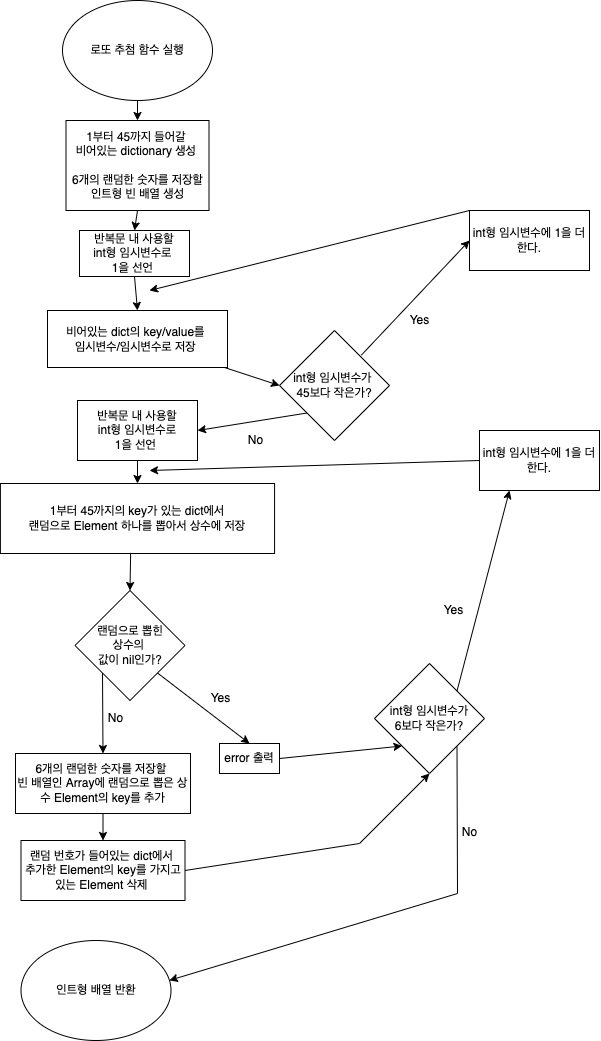
Earlier version of the draw.io export CodeStarterCamp_Week2/randomLotto.flowchart.png (yagom-academy/swift-starter-Round2). Source tidied: cells renumbered, new cells last; positions are measured from the earlier drawing's top-left corner, leaving out a move shared by most shapes.
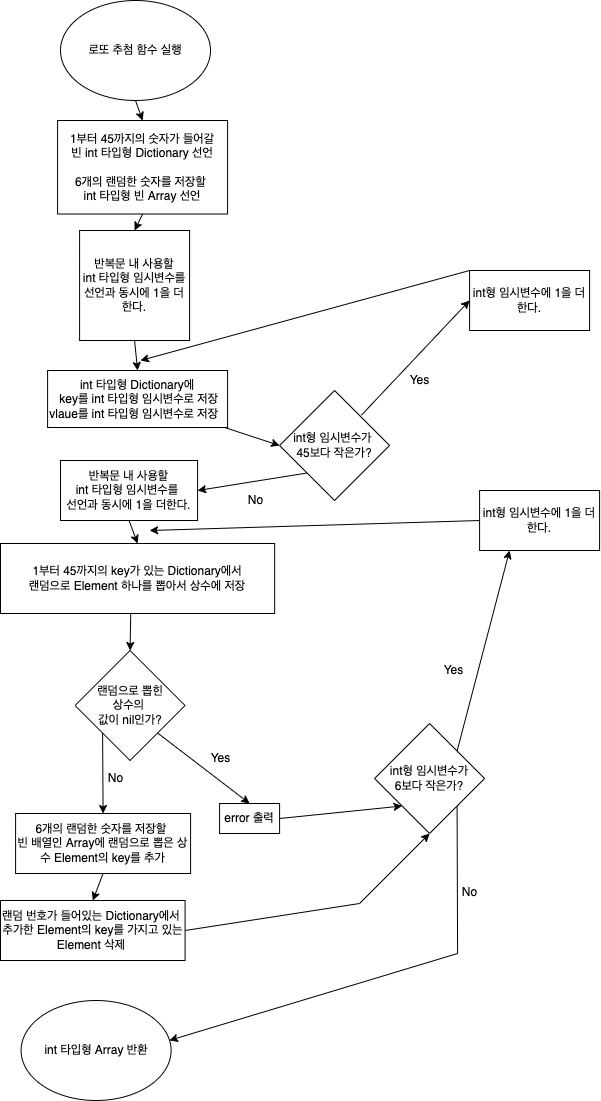
After the commit.

Commit message:
randomLotto Flowchart png file update

What changed in the source:
```diff
@@ -1,132 +1,132 @@
 <mxGraphModel>
   <root>
-    <mxCell id="0" />
-    <mxCell id="1" parent="0" />
+    <mxCell id="40" />
+    <mxCell id="41" parent="40" />
-    <mxCell id="2" value="로또 추첨 함수 실행&lt;br&gt;" style="ellipse;whiteSpace=wrap;html=1;" parent="1" vertex="1">
-      <mxGeometry x="62" width="150" height="100" as="geometry" />
+    <mxCell id="2" value="로또 추첨 함수 실행&lt;br&gt;" style="ellipse;whiteSpace=wrap;html=1;" parent="41" vertex="1">
+      <mxGeometry x="59.9" y="-60" width="150" height="100" as="geometry" />
     </mxCell>
-    <mxCell id="3" value="인트형 배열 반환" style="ellipse;whiteSpace=wrap;html=1;" parent="1" vertex="1">
-      <mxGeometry x="20.5" y="940" width="150" height="100" as="geometry" />
-    </mxCell>
-    <mxCell id="4" value="1부터 45까지 들어갈 &lt;br&gt;비어있는 dictionary 생성 &lt;br&gt;&lt;br&gt;6개의 랜덤한 숫자를 저장할 인트형 빈 배열 생성" style="rounded=0;whiteSpace=wrap;html=1;" parent="1" vertex="1">
-      <mxGeometry x="65.5" y="120" width="143" height="90" as="geometry" />
-    </mxCell>
-    <mxCell id="5" style="endArrow=classic;html=1;rounded=0;exitX=0.5;exitY=1;exitDx=0;exitDy=0;entryX=0.5;entryY=0;entryDx=0;entryDy=0;" parent="1" edge="1" source="2" target="4">
-      <mxGeometry relative="1" as="geometry" />
-    </mxCell>
-    <mxCell id="6" value="반복문 내 사용할&lt;br&gt;int형 임시변수로 &lt;br&gt;1을 선언&amp;nbsp;" style="rounded=0;whiteSpace=wrap;html=1;" parent="1" vertex="1">
-      <mxGeometry x="79" y="230" width="110" height="46" as="geometry" />
-    </mxCell>
-    <mxCell id="7" style="endArrow=classic;html=1;rounded=0;exitX=0.5;exitY=1;exitDx=0;exitDy=0;entryX=0.5;entryY=0;entryDx=0;entryDy=0;" parent="1" edge="1" source="4" target="6">
-      <mxGeometry relative="1" as="geometry" />
-    </mxCell>
+    <mxCell id="42" value="int 타입형 Array 반환" style="ellipse;whiteSpace=wrap;html=1;" parent="41" vertex="1">
+      <mxGeometry x="20.5" y="940" width="150" height="100" as="geometry" />
+    </mxCell>
+    <mxCell id="43" value="1부터 45까지의 숫자가 들어갈&lt;br&gt;빈 int 타입형 Dictionary 선언&lt;br&gt;&lt;br&gt;6개의 랜덤한 숫자를 저장할 &lt;br&gt;int 타입형 빈 Array 선언" style="rounded=0;whiteSpace=wrap;html=1;" parent="41" vertex="1">
+      <mxGeometry x="57" y="60" width="170" height="93.5" as="geometry" />
+    </mxCell>
+    <mxCell id="44" style="endArrow=classic;html=1;rounded=0;exitX=0.5;exitY=1;exitDx=0;exitDy=0;entryX=0.5;entryY=0;entryDx=0;entryDy=0;" parent="41" edge="1" source="2" target="43">
+      <mxGeometry relative="1" as="geometry" />
+    </mxCell>
+    <mxCell id="45" value="반복문 내 사용할&lt;br&gt;int 타입형 임시변수를 선언과 동시에 1을 더한다." style="rounded=0;whiteSpace=wrap;html=1;" parent="41" vertex="1">
+      <mxGeometry x="79" y="170" width="110" height="110" as="geometry" />
+    </mxCell>
+    <mxCell id="46" style="endArrow=classic;html=1;rounded=0;exitX=0.5;exitY=1;exitDx=0;exitDy=0;entryX=0.5;entryY=0;entryDx=0;entryDy=0;" parent="41" edge="1" source="43" target="45">
+      <mxGeometry relative="1" as="geometry" />
+    </mxCell>
-    <mxCell id="8" value="int형 임시변수가 &lt;br&gt;45보다 작은가?" style="rhombus;whiteSpace=wrap;html=1;" parent="1" vertex="1">
+    <mxCell id="8" value="int형 임시변수가 &lt;br&gt;45보다 작은가?" style="rhombus;whiteSpace=wrap;html=1;" parent="41" vertex="1">
       <mxGeometry x="279" y="330" width="110" height="110" as="geometry" />
     </mxCell>
-    <mxCell id="9" value="int형 임시변수에 1을 더한다." style="rounded=0;whiteSpace=wrap;html=1;" parent="1" vertex="1">
-      <mxGeometry x="469" y="210" width="120" height="60" as="geometry" />
-    </mxCell>
-    <mxCell id="10" value="&lt;span&gt;비어있는 dict의 key/value를 &lt;br&gt;&lt;/span&gt;임시변수/임시변수로 저장&lt;span&gt;&amp;nbsp;&lt;br&gt;&lt;/span&gt;" style="rounded=0;whiteSpace=wrap;html=1;" parent="1" vertex="1">
-      <mxGeometry x="47" y="310" width="180" height="57" as="geometry" />
-    </mxCell>
-    <mxCell id="11" style="endArrow=classic;html=1;rounded=0;exitX=0.5;exitY=1;exitDx=0;exitDy=0;entryX=0.5;entryY=0;entryDx=0;entryDy=0;" parent="1" edge="1" source="6" target="10">
-      <mxGeometry relative="1" as="geometry" />
-    </mxCell>
-    <mxCell id="12" style="endArrow=classic;html=1;rounded=0;entryX=0;entryY=0.5;entryDx=0;entryDy=0;" parent="1" edge="1" source="10" target="8">
-      <mxGeometry relative="1" as="geometry" />
-    </mxCell>
-    <mxCell id="13" style="endArrow=classic;html=1;rounded=0;exitX=0.744;exitY=0.224;exitDx=0;exitDy=0;exitPerimeter=0;entryX=0;entryY=0.5;entryDx=0;entryDy=0;" parent="1" edge="1" source="8" target="9">
-      <mxGeometry relative="1" as="geometry" />
-    </mxCell>
-    <mxCell id="14" value="Yes" style="text;html=1;align=center;verticalAlign=middle;strokeColor=none;fillColor=none;" parent="1" vertex="1">
-      <mxGeometry x="399" y="310" width="40" height="20" as="geometry" />
-    </mxCell>
-    <mxCell id="15" style="endArrow=classic;html=1;rounded=0;exitX=0;exitY=0;exitDx=0;exitDy=0;" parent="1" edge="1" source="9">
-      <mxGeometry relative="1" as="geometry">
-        <mxPoint x="149" y="290" as="targetPoint" />
-      </mxGeometry>
-    </mxCell>
-    <mxCell id="16" value="반복문 내 사용할&lt;br&gt;int형 임시변수로&lt;br&gt;1을 선언&amp;nbsp;" style="rounded=0;whiteSpace=wrap;html=1;" parent="1" vertex="1">
-      <mxGeometry x="77" y="400" width="120" height="60" as="geometry" />
-    </mxCell>
-    <mxCell id="17" style="endArrow=classic;html=1;rounded=0;exitX=0;exitY=1;exitDx=0;exitDy=0;entryX=1;entryY=0.5;entryDx=0;entryDy=0;" parent="1" edge="1" source="8" target="16">
-      <mxGeometry relative="1" as="geometry" />
-    </mxCell>
-    <mxCell id="18" value="No" style="text;html=1;align=center;verticalAlign=middle;strokeColor=none;fillColor=none;" parent="1" vertex="1">
-      <mxGeometry x="239.5" y="430" width="30" height="20" as="geometry" />
-    </mxCell>
-    <mxCell id="19" value="1부터 45까지의 key가 있는 dict에서&lt;br&gt;랜덤으로 Element 하나를 뽑아서 상수에 저장" style="rounded=0;whiteSpace=wrap;html=1;" parent="1" vertex="1">
-      <mxGeometry x="-0.1" y="483" width="274.2" height="70" as="geometry" />
-    </mxCell>
-    <mxCell id="20" style="endArrow=classic;html=1;rounded=0;exitX=0.5;exitY=1;exitDx=0;exitDy=0;entryX=0.5;entryY=0;entryDx=0;entryDy=0;" parent="1" edge="1" source="16" target="19">
-      <mxGeometry relative="1" as="geometry" />
-    </mxCell>
+    <mxCell id="47" value="int형 임시변수에 1을 더한다." style="rounded=0;whiteSpace=wrap;html=1;" parent="41" vertex="1">
+      <mxGeometry x="469" y="210" width="120" height="60" as="geometry" />
+    </mxCell>
+    <mxCell id="48" value="int 타입형 Dictionary에&lt;span&gt;&lt;br&gt;&amp;nbsp;key를 int 타입형 임시변수로 저장&lt;br&gt;&lt;/span&gt;&lt;span&gt;vlaue를 int 타입형 임시변수로 저장&amp;nbsp;&amp;nbsp;&lt;br&gt;&lt;/span&gt;" style="rounded=0;whiteSpace=wrap;html=1;" parent="41" vertex="1">
+      <mxGeometry x="47" y="310" width="180" height="57" as="geometry" />
+    </mxCell>
+    <mxCell id="49" style="endArrow=classic;html=1;rounded=0;exitX=0.5;exitY=1;exitDx=0;exitDy=0;entryX=0.5;entryY=0;entryDx=0;entryDy=0;" parent="41" edge="1" source="45" target="48">
+      <mxGeometry relative="1" as="geometry" />
+    </mxCell>
+    <mxCell id="50" style="endArrow=classic;html=1;rounded=0;entryX=0;entryY=0.5;entryDx=0;entryDy=0;" parent="41" edge="1" source="48" target="8">
+      <mxGeometry relative="1" as="geometry" />
+    </mxCell>
+    <mxCell id="51" style="endArrow=classic;html=1;rounded=0;exitX=0.744;exitY=0.224;exitDx=0;exitDy=0;exitPerimeter=0;entryX=0;entryY=0.5;entryDx=0;entryDy=0;" parent="41" edge="1" source="8" target="47">
+      <mxGeometry relative="1" as="geometry" />
+    </mxCell>
+    <mxCell id="52" value="Yes" style="text;html=1;align=center;verticalAlign=middle;strokeColor=none;fillColor=none;" parent="41" vertex="1">
+      <mxGeometry x="399" y="310" width="40" height="20" as="geometry" />
+    </mxCell>
+    <mxCell id="53" style="endArrow=classic;html=1;rounded=0;exitX=0;exitY=0;exitDx=0;exitDy=0;" parent="41" edge="1" source="47">
+      <mxGeometry relative="1" as="geometry">
+        <mxPoint x="139.9" y="300" as="targetPoint" />
+      </mxGeometry>
+    </mxCell>
+    <mxCell id="54" value="반복문 내 사용할&lt;br&gt;int 타입형 임시변수를 &lt;br&gt;선언과 동시에 1을 더한다." style="rounded=0;whiteSpace=wrap;html=1;" parent="41" vertex="1">
+      <mxGeometry x="59.9" y="400" width="137.1" height="60" as="geometry" />
+    </mxCell>
+    <mxCell id="55" style="endArrow=classic;html=1;rounded=0;exitX=0;exitY=1;exitDx=0;exitDy=0;entryX=1;entryY=0.5;entryDx=0;entryDy=0;" parent="41" edge="1" source="8" target="54">
+      <mxGeometry relative="1" as="geometry" />
+    </mxCell>
+    <mxCell id="56" value="No" style="text;html=1;align=center;verticalAlign=middle;strokeColor=none;fillColor=none;" parent="41" vertex="1">
+      <mxGeometry x="239.5" y="430" width="30" height="20" as="geometry" />
+    </mxCell>
+    <mxCell id="57" value="1부터 45까지의 key가 있는 Dictionary에서&lt;br&gt;랜덤으로 Element 하나를 뽑아서 상수에 저장" style="rounded=0;whiteSpace=wrap;html=1;" parent="41" vertex="1">
+      <mxGeometry x="-0.1" y="483" width="274.2" height="70" as="geometry" />
+    </mxCell>
+    <mxCell id="58" style="endArrow=classic;html=1;rounded=0;exitX=0.5;exitY=1;exitDx=0;exitDy=0;entryX=0.5;entryY=0;entryDx=0;entryDy=0;" parent="41" edge="1" source="54" target="57">
+      <mxGeometry relative="1" as="geometry" />
+    </mxCell>
-    <mxCell id="21" value="랜덤으로 뽑힌&lt;br&gt;상수의 &lt;br&gt;값이 nil인가?" style="rhombus;whiteSpace=wrap;html=1;" parent="1" vertex="1">
+    <mxCell id="21" value="랜덤으로 뽑힌&lt;br&gt;상수의 &lt;br&gt;값이 nil인가?" style="rhombus;whiteSpace=wrap;html=1;" parent="41" vertex="1">
       <mxGeometry x="74.5" y="590" width="110" height="110" as="geometry" />
     </mxCell>
-    <mxCell id="22" style="endArrow=classic;html=1;rounded=0;exitX=1;exitY=1;exitDx=0;exitDy=0;entryX=0.5;entryY=0;entryDx=0;entryDy=0;" parent="1" edge="1" source="21" target="27">
+    <mxCell id="22" style="endArrow=classic;html=1;rounded=0;exitX=1;exitY=1;exitDx=0;exitDy=0;entryX=0.5;entryY=0;entryDx=0;entryDy=0;" parent="41" edge="1" source="21" target="27">
       <mxGeometry relative="1" as="geometry" />
     </mxCell>
-    <mxCell id="23" style="endArrow=classic;html=1;rounded=0;entryX=0.5;entryY=0;entryDx=0;entryDy=0;exitX=0.475;exitY=0.991;exitDx=0;exitDy=0;exitPerimeter=0;" parent="1" edge="1" source="19" target="21">
-      <mxGeometry relative="1" as="geometry" />
-    </mxCell>
+    <mxCell id="59" style="endArrow=classic;html=1;rounded=0;entryX=0.5;entryY=0;entryDx=0;entryDy=0;exitX=0.475;exitY=0.991;exitDx=0;exitDy=0;exitPerimeter=0;" parent="41" edge="1" source="57" target="21">
+      <mxGeometry relative="1" as="geometry" />
+    </mxCell>
-    <mxCell id="24" style="endArrow=classic;html=1;rounded=0;exitX=0;exitY=1;exitDx=0;exitDy=0;entryX=0.5;entryY=0;entryDx=0;entryDy=0;" parent="1" edge="1" source="21" target="28">
+    <mxCell id="24" style="endArrow=classic;html=1;rounded=0;exitX=0;exitY=1;exitDx=0;exitDy=0;entryX=0.5;entryY=0;entryDx=0;entryDy=0;" parent="41" edge="1" source="21" target="28">
       <mxGeometry relative="1" as="geometry" />
     </mxCell>
-    <mxCell id="25" value="Yes" style="text;html=1;align=center;verticalAlign=middle;strokeColor=none;fillColor=none;" parent="1" vertex="1">
-      <mxGeometry x="199.5" y="688" width="40" height="20" as="geometry" />
-    </mxCell>
-    <mxCell id="26" value="No" style="text;html=1;align=center;verticalAlign=middle;strokeColor=none;fillColor=none;" parent="1" vertex="1">
-      <mxGeometry x="100" y="708" width="30" height="20" as="geometry" />
-    </mxCell>
+    <mxCell id="60" value="Yes" style="text;html=1;align=center;verticalAlign=middle;strokeColor=none;fillColor=none;" parent="41" vertex="1">
+      <mxGeometry x="199.5" y="688" width="40" height="20" as="geometry" />
+    </mxCell>
+    <mxCell id="61" value="No" style="text;html=1;align=center;verticalAlign=middle;strokeColor=none;fillColor=none;" parent="41" vertex="1">
+      <mxGeometry x="100" y="708" width="30" height="20" as="geometry" />
+    </mxCell>
-    <mxCell id="27" value="error 출력" style="rounded=0;whiteSpace=wrap;html=1;" parent="1" vertex="1">
+    <mxCell id="27" value="error 출력" style="rounded=0;whiteSpace=wrap;html=1;" parent="41" vertex="1">
       <mxGeometry x="219" y="743" width="60" height="30" as="geometry" />
     </mxCell>
-    <mxCell id="28" value="&lt;span&gt;6개의 랜덤한 숫자를 저장할 &lt;br&gt;빈 배열인 Array에 랜덤으로 뽑은 상수 Element의 key를 추가&lt;/span&gt;" style="rounded=0;whiteSpace=wrap;html=1;" parent="1" vertex="1">
+    <mxCell id="28" value="&lt;span&gt;6개의 랜덤한 숫자를 저장할 &lt;br&gt;빈 배열인 Array에 랜덤으로 뽑은 상수 Element의 key를 추가&lt;/span&gt;" style="rounded=0;whiteSpace=wrap;html=1;" parent="41" vertex="1">
       <mxGeometry x="15" y="753" width="175" height="60" as="geometry" />
     </mxCell>
-    <mxCell id="29" value="int형 임시변수가&lt;br&gt;6보다 작은가?" style="rhombus;whiteSpace=wrap;html=1;" parent="1" vertex="1">
+    <mxCell id="29" value="int형 임시변수가&lt;br&gt;6보다 작은가?" style="rhombus;whiteSpace=wrap;html=1;" parent="41" vertex="1">
       <mxGeometry x="374" y="663" width="110" height="110" as="geometry" />
     </mxCell>
-    <mxCell id="30" style="endArrow=classic;html=1;rounded=0;exitX=1;exitY=0.5;exitDx=0;exitDy=0;entryX=0;entryY=1;entryDx=0;entryDy=0;" parent="1" edge="1" source="27" target="29">
+    <mxCell id="30" style="endArrow=classic;html=1;rounded=0;exitX=1;exitY=0.5;exitDx=0;exitDy=0;entryX=0;entryY=1;entryDx=0;entryDy=0;" parent="41" edge="1" source="27" target="29">
       <mxGeometry relative="1" as="geometry" />
     </mxCell>
-    <mxCell id="31" style="endArrow=classic;html=1;rounded=0;entryX=0.5;entryY=1;entryDx=0;entryDy=0;exitX=1;exitY=0.5;exitDx=0;exitDy=0;" parent="1" edge="1" source="33" target="29">
-      <mxGeometry relative="1" as="geometry">
-        <Array as="points">
-          <mxPoint x="359" y="843" />
-        </Array>
-      </mxGeometry>
-    </mxCell>
-    <mxCell id="32" style="endArrow=classic;html=1;rounded=0;exitX=0.5;exitY=1;exitDx=0;exitDy=0;entryX=0.5;entryY=0;entryDx=0;entryDy=0;" parent="1" edge="1" source="28" target="33">
-      <mxGeometry relative="1" as="geometry" />
-    </mxCell>
-    <mxCell id="33" value="랜덤 번호가 들어있는 dict에서 &lt;br&gt;추가한 Element의 key를 가지고 있는 Element 삭제&amp;nbsp;" style="rounded=0;whiteSpace=wrap;html=1;" parent="1" vertex="1">
-      <mxGeometry x="20.5" y="840" width="164" height="60" as="geometry" />
-    </mxCell>
-    <mxCell id="34" value="int형 임시변수에 1을 더한다." style="rounded=0;whiteSpace=wrap;html=1;" parent="1" vertex="1">
-      <mxGeometry x="479" y="430" width="120" height="60" as="geometry" />
-    </mxCell>
-    <mxCell id="35" style="endArrow=classic;html=1;rounded=0;exitX=0;exitY=0.5;exitDx=0;exitDy=0;" parent="1" edge="1" source="34">
-      <mxGeometry relative="1" as="geometry">
-        <mxPoint x="149" y="470" as="targetPoint" />
-      </mxGeometry>
-    </mxCell>
-    <mxCell id="36" style="endArrow=classic;html=1;rounded=0;exitX=1;exitY=0;exitDx=0;exitDy=0;entryX=0.25;entryY=1;entryDx=0;entryDy=0;" parent="1" edge="1" source="29" target="34">
-      <mxGeometry relative="1" as="geometry" />
-    </mxCell>
-    <mxCell id="37" value="Yes" style="text;html=1;align=center;verticalAlign=middle;strokeColor=none;fillColor=none;" parent="1" vertex="1">
-      <mxGeometry x="433" y="600" width="40" height="20" as="geometry" />
-    </mxCell>
-    <mxCell id="38" style="endArrow=classic;html=1;rounded=0;exitX=1;exitY=1;exitDx=0;exitDy=0;entryX=0.989;entryY=0.399;entryDx=0;entryDy=0;entryPerimeter=0;" parent="1" edge="1" source="29" target="3">
-      <mxGeometry relative="1" as="geometry">
-        <Array as="points">
-          <mxPoint x="457" y="893" />
-        </Array>
-      </mxGeometry>
-    </mxCell>
-    <mxCell id="39" value="No" style="text;html=1;align=center;verticalAlign=middle;strokeColor=none;fillColor=none;" parent="1" vertex="1">
-      <mxGeometry x="454" y="822" width="30" height="20" as="geometry" />
-    </mxCell>
+    <mxCell id="62" style="endArrow=classic;html=1;rounded=0;entryX=0.5;entryY=1;entryDx=0;entryDy=0;exitX=1;exitY=0.5;exitDx=0;exitDy=0;" parent="41" edge="1" source="64" target="29">
+      <mxGeometry relative="1" as="geometry">
+        <Array as="points">
+          <mxPoint x="359" y="843" />
+        </Array>
+      </mxGeometry>
+    </mxCell>
+    <mxCell id="63" style="endArrow=classic;html=1;rounded=0;exitX=0.5;exitY=1;exitDx=0;exitDy=0;entryX=0.5;entryY=0;entryDx=0;entryDy=0;" parent="41" edge="1" source="28" target="64">
+      <mxGeometry relative="1" as="geometry" />
+    </mxCell>
+    <mxCell id="64" value="랜덤 번호가 들어있는 Dictionary에서 &lt;br&gt;추가한 Element의 key를 가지고 있는 Element 삭제&amp;nbsp;" style="rounded=0;whiteSpace=wrap;html=1;" parent="41" vertex="1">
+      <mxGeometry x="-0.1" y="840" width="184.6" height="60" as="geometry" />
+    </mxCell>
+    <mxCell id="65" value="int형 임시변수에 1을 더한다." style="rounded=0;whiteSpace=wrap;html=1;" parent="41" vertex="1">
+      <mxGeometry x="479" y="430" width="120" height="60" as="geometry" />
+    </mxCell>
+    <mxCell id="66" style="endArrow=classic;html=1;rounded=0;exitX=0;exitY=0.5;exitDx=0;exitDy=0;" parent="41" edge="1" source="65">
+      <mxGeometry relative="1" as="geometry">
+        <mxPoint x="149" y="470" as="targetPoint" />
+      </mxGeometry>
+    </mxCell>
+    <mxCell id="67" style="endArrow=classic;html=1;rounded=0;exitX=1;exitY=0;exitDx=0;exitDy=0;entryX=0.25;entryY=1;entryDx=0;entryDy=0;" parent="41" edge="1" source="29" target="65">
+      <mxGeometry relative="1" as="geometry" />
+    </mxCell>
+    <mxCell id="68" value="Yes" style="text;html=1;align=center;verticalAlign=middle;strokeColor=none;fillColor=none;" parent="41" vertex="1">
+      <mxGeometry x="433" y="600" width="40" height="20" as="geometry" />
+    </mxCell>
+    <mxCell id="69" style="endArrow=classic;html=1;rounded=0;exitX=1;exitY=1;exitDx=0;exitDy=0;entryX=0.989;entryY=0.399;entryDx=0;entryDy=0;entryPerimeter=0;" parent="41" edge="1" source="29" target="42">
+      <mxGeometry relative="1" as="geometry">
+        <Array as="points">
+          <mxPoint x="457" y="893" />
+        </Array>
+      </mxGeometry>
+    </mxCell>
+    <mxCell id="70" value="No" style="text;html=1;align=center;verticalAlign=middle;strokeColor=none;fillColor=none;" parent="41" vertex="1">
+      <mxGeometry x="454" y="822" width="30" height="20" as="geometry" />
+    </mxCell>
   </root>
 </mxGraphModel>
```
